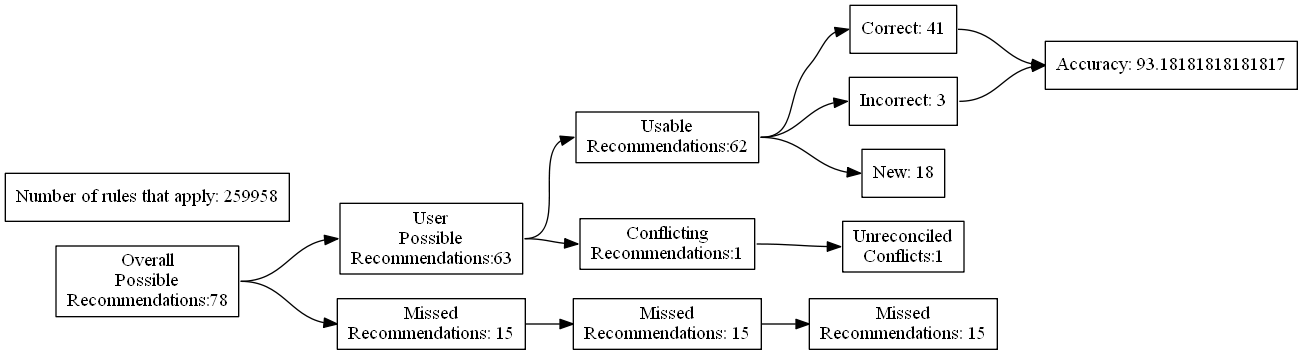
This is test_renders/93.gv.png from ZaxR/ibd_diet_analysis, a Graphviz export, as it was before one commit. Its source is kept beside it as test_renders/93.gv.
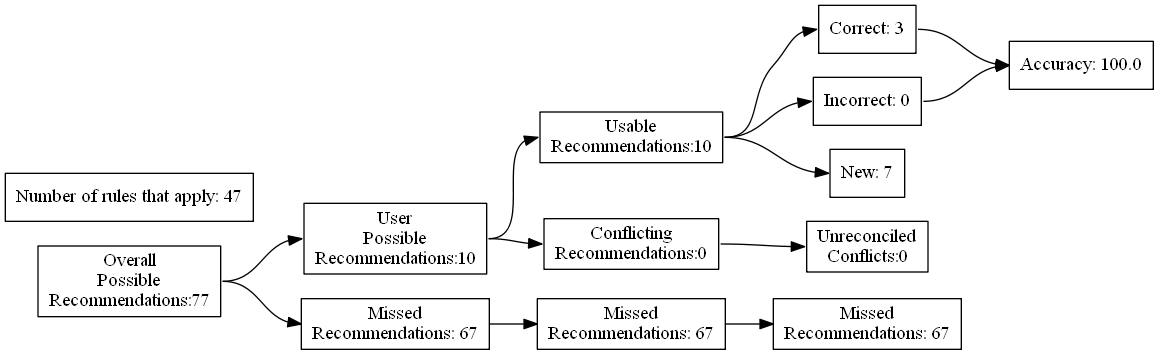
After the change.

What changed in the source:
```diff
@@ -4,27 +4,27 @@
 	edge [headport=w tailport=e]
 		A [label="Overall
 Possible
-Recommendations:78"]
+Recommendations:77"]
 		B [label="User
 Possible
-Recommendations:63"]
+Recommendations:10"]
 		C [label="Missed
-Recommendations: 15"]
+Recommendations: 67"]
 		D [label="Usable
-Recommendations:62"]
+Recommendations:10"]
 		E [label="Conflicting
-Recommendations:1"]
+Recommendations:0"]
 		J [label="Missed
-Recommendations: 15"]
+Recommendations: 67"]
 		M [label="Unreconciled
-Conflicts:1"]
-		F [label="Correct: 41"]
-		G [label="Incorrect: 3"]
-		H [label="New: 18"]
+Conflicts:0"]
+		F [label="Correct: 3"]
+		G [label="Incorrect: 0"]
+		H [label="New: 7"]
 		K [label="Missed
-Recommendations: 15"]
-		I [label="Accuracy: 93.18181818181817"]
-		l [label="Number of rules that apply: 259958"]
+Recommendations: 67"]
+		I [label="Accuracy: 100.0"]
+		l [label="Number of rules that apply: 47"]
 			A -> B
 			A -> C
 			B -> D
```
